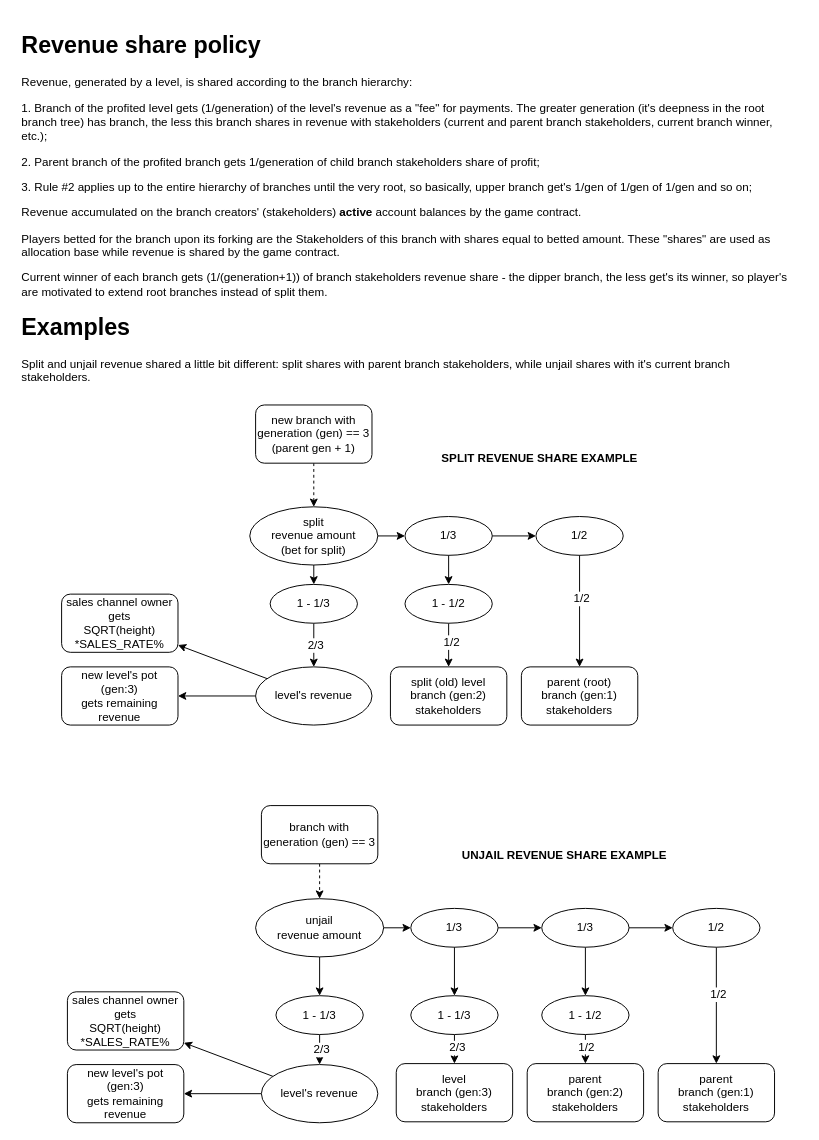
This is page "revenue share" (12 of 14) of ia/WOFFLER IA.drawio from cptn-solo/woffler_contract, a draw.io file, before an edit. Source tidied: cells renumbered, new cells numbered last; positions are measured from the earlier drawing's top-left corner, leaving out a move shared by most shapes. Both pictures are drawn from the tidied source at 97%, with x=0, y=0 at pixel (16, 26).
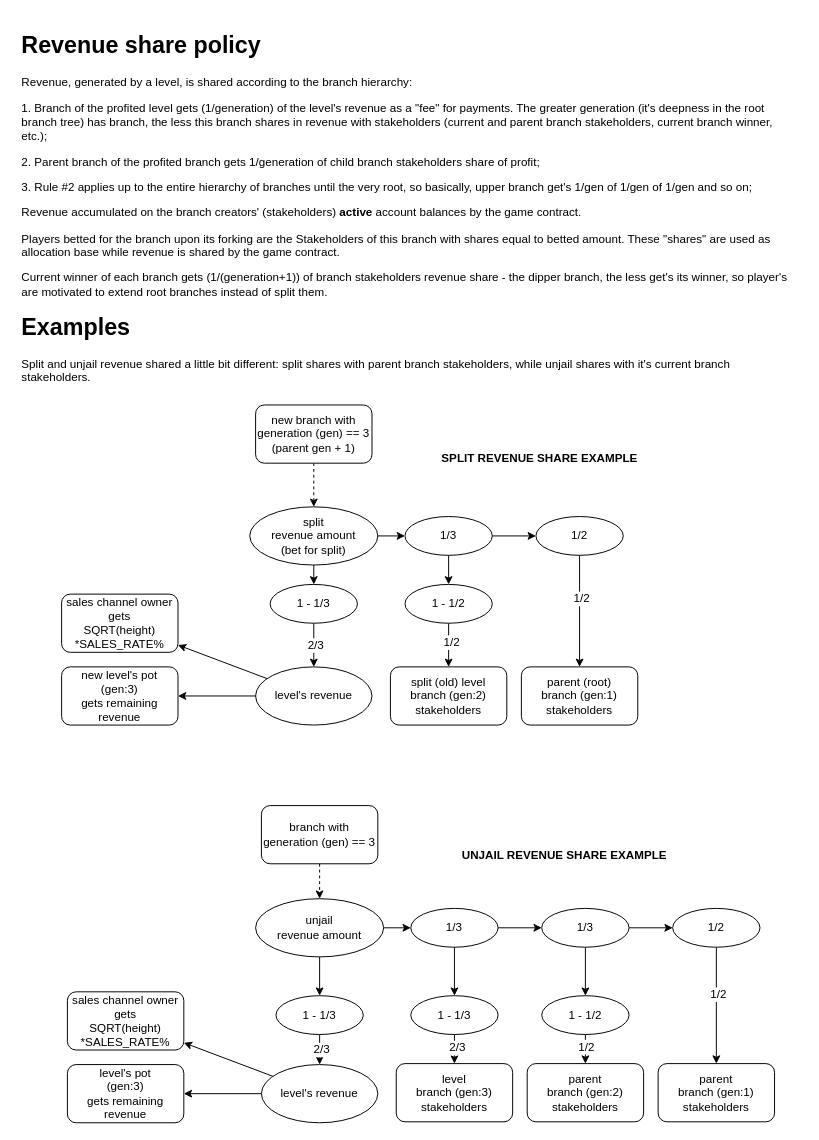
After the change.

Diff of the diagram source:
```diff
@@
-    <mxCell id="59" value="new level's pot&lt;br&gt;(gen:3)&lt;br&gt;gets remaining revenue&lt;br&gt;" style="rounded=1;whiteSpace=wrap;html=1;" parent="1" vertex="1">
+    <mxCell id="59" value="level's pot&lt;br&gt;(gen:3)&lt;br&gt;gets remaining revenue&lt;br&gt;" style="rounded=1;whiteSpace=wrap;html=1;" parent="1" vertex="1">
       <mxGeometry x="52" y="1070" width="120" height="60" as="geometry" />
     </mxCell>
```
